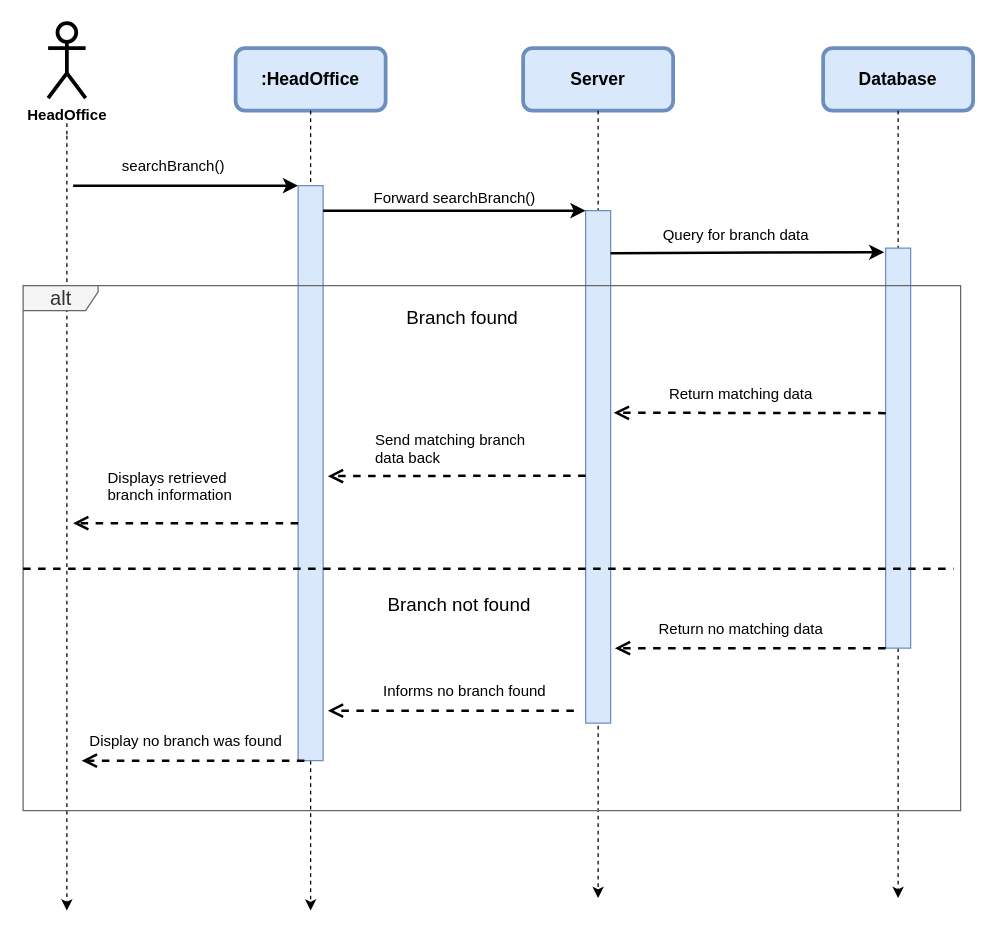
Above: UseCase_Diagram/Saron/searchBranch.dio in Nama21yo/SDS-EMR (draw.io), before the change. Source tidied: cells renumbered, new cells numbered last; positions are measured from the earlier drawing's top-left corner, leaving out a move shared by most shapes. Both pictures are drawn from the tidied source at 125%, with x=0, y=0 at pixel (22, 22).
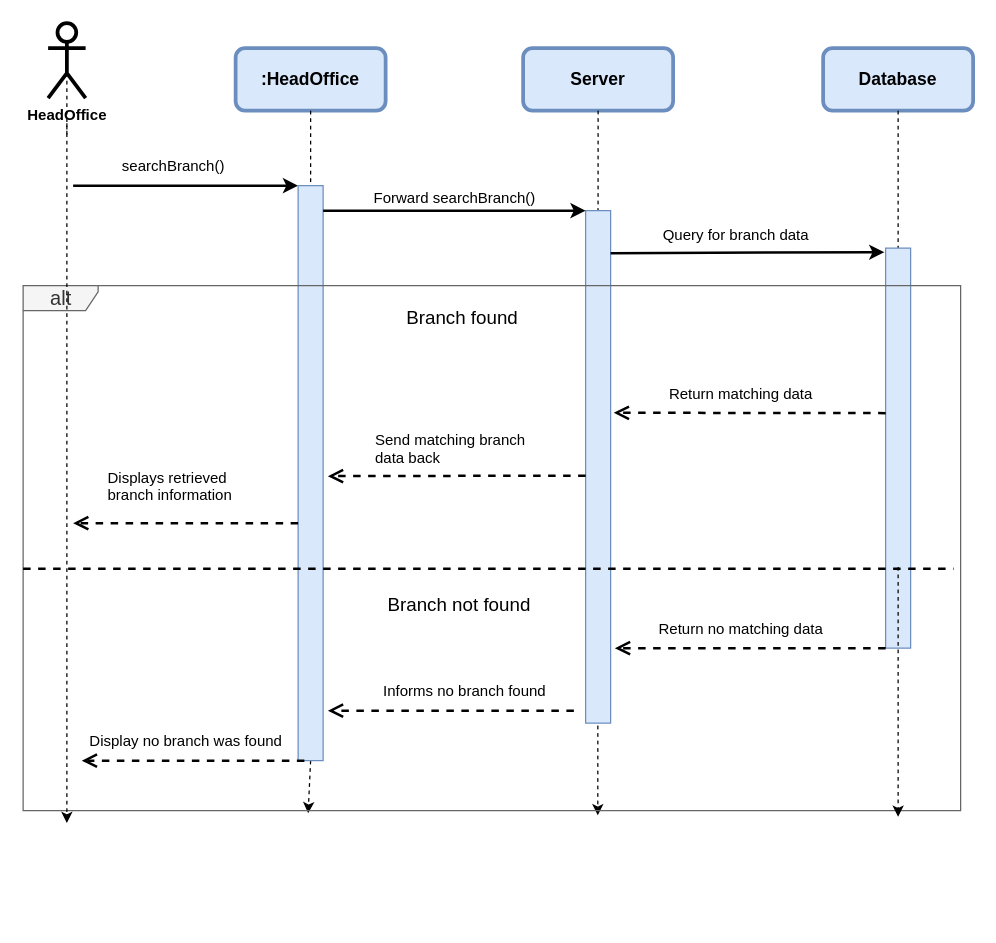
The same page after the edit.

The change refers to these unchanged cells:
```xml
<mxCell id="8" value="&lt;span style=&quot;font-size: 14px;&quot;&gt;&lt;b&gt;&lt;font color=&quot;#000000&quot;&gt;Server&lt;/font&gt;&lt;/b&gt;&lt;/span&gt;" style="rounded=1;whiteSpace=wrap;html=1;strokeWidth=3;fillColor=#dae8fc;strokeColor=#6c8ebf;" parent="1" vertex="1">
  <mxGeometry x="400" y="20" width="120" height="50" as="geometry" />
</mxCell>
<mxCell id="12" style="html=1;points=[];perimeter=orthogonalPerimeter;fontSize=13;fillColor=#dae8fc;strokeColor=#6c8ebf;" parent="1" vertex="1">
  <mxGeometry x="220" y="130" width="20" height="460" as="geometry" />
</mxCell>
<mxCell id="19" style="html=1;points=[];perimeter=orthogonalPerimeter;fontSize=13;fillColor=#dae8fc;strokeColor=#6c8ebf;" parent="1" vertex="1">
  <mxGeometry x="690" y="180" width="20" height="320" as="geometry" />
</mxCell>
<mxCell id="22" value="&lt;font style=&quot;font-size: 16px;&quot;&gt;alt&lt;/font&gt;" style="shape=umlFrame;tabWidth=110;tabHeight=30;tabPosition=left;html=1;boundedLbl=1;labelInHeader=1;width=60;height=20;rounded=0;shadow=0;glass=0;sketch=0;fontSize=15;fillColor=#f5f5f5;fontColor=#333333;strokeColor=#666666;" parent="1" vertex="1">
  <mxGeometry y="210" width="750" height="420" as="geometry" />
</mxCell>
```

Diff of the diagram source:
```diff
@@
-<mxGraphModel>
+<mxGraphModel background="#ffffff">
@@
-    <mxCell id="3" style="edgeStyle=none;html=1;dashed=1;strokeWidth=1;startArrow=none;" parent="1" edge="1">
-      <mxGeometry relative="1" as="geometry">
-        <mxPoint x="35" y="90" as="sourcePoint" />
-        <mxPoint x="35" y="710" as="targetPoint" />
-        <Array as="points">
-          <mxPoint x="35" y="130" />
-        </Array>
-      </mxGeometry>
-    </mxCell>
@@
-    <mxCell id="7" style="edgeStyle=none;html=1;exitX=0.5;exitY=1;exitDx=0;exitDy=0;dashed=1;strokeWidth=1;startArrow=none;" parent="1" edge="1" source="12">
-      <mxGeometry relative="1" as="geometry">
-        <mxPoint x="230" y="710" as="targetPoint" />
-      </mxGeometry>
+    <mxCell id="7" style="edgeStyle=none;html=1;exitX=0.5;exitY=1;exitDx=0;exitDy=0;dashed=1;strokeWidth=1;startArrow=none;entryX=0.304;entryY=1.005;entryDx=0;entryDy=0;entryPerimeter=0;" parent="1" edge="1" source="12" target="22">
+      <mxGeometry relative="1" as="geometry" />
     </mxCell>
@@
-    <mxCell id="9" style="edgeStyle=none;html=1;dashed=1;strokeWidth=1;" parent="1" edge="1" source="8">
-      <mxGeometry relative="1" as="geometry">
-        <mxPoint x="460" y="700" as="targetPoint" />
-      </mxGeometry>
+    <mxCell id="9" style="edgeStyle=none;html=1;dashed=1;strokeWidth=1;entryX=0.613;entryY=1.009;entryDx=0;entryDy=0;entryPerimeter=0;" parent="1" edge="1" source="8" target="22">
+      <mxGeometry relative="1" as="geometry" />
     </mxCell>
@@
-    <mxCell id="17" style="edgeStyle=none;html=1;dashed=1;strokeWidth=1;exitX=0.5;exitY=1;exitDx=0;exitDy=0;startArrow=none;" parent="1" edge="1" source="19">
-      <mxGeometry relative="1" as="geometry">
-        <mxPoint x="700" y="700" as="targetPoint" />
-        <Array as="points">
-          <mxPoint x="700" y="700" />
-        </Array>
-      </mxGeometry>
-    </mxCell>
@@
+    <mxCell id="3" style="edgeStyle=none;html=1;dashed=1;strokeWidth=1;startArrow=none;" parent="22" edge="1">
+      <mxGeometry relative="1" as="geometry">
+        <mxPoint x="35" y="-170" as="sourcePoint" />
+        <mxPoint x="35" y="430" as="targetPoint" />
+        <Array as="points">
+          <mxPoint x="35" y="-130" />
+        </Array>
+      </mxGeometry>
+    </mxCell>
+    <mxCell id="17" style="edgeStyle=none;html=1;dashed=1;strokeWidth=1;startArrow=none;" parent="22" edge="1">
+      <mxGeometry relative="1" as="geometry">
+        <mxPoint x="700" y="225" as="sourcePoint" />
+        <mxPoint x="700" y="425" as="targetPoint" />
+        <Array as="points">
+          <mxPoint x="700" y="425" />
+        </Array>
+      </mxGeometry>
+    </mxCell>
```
